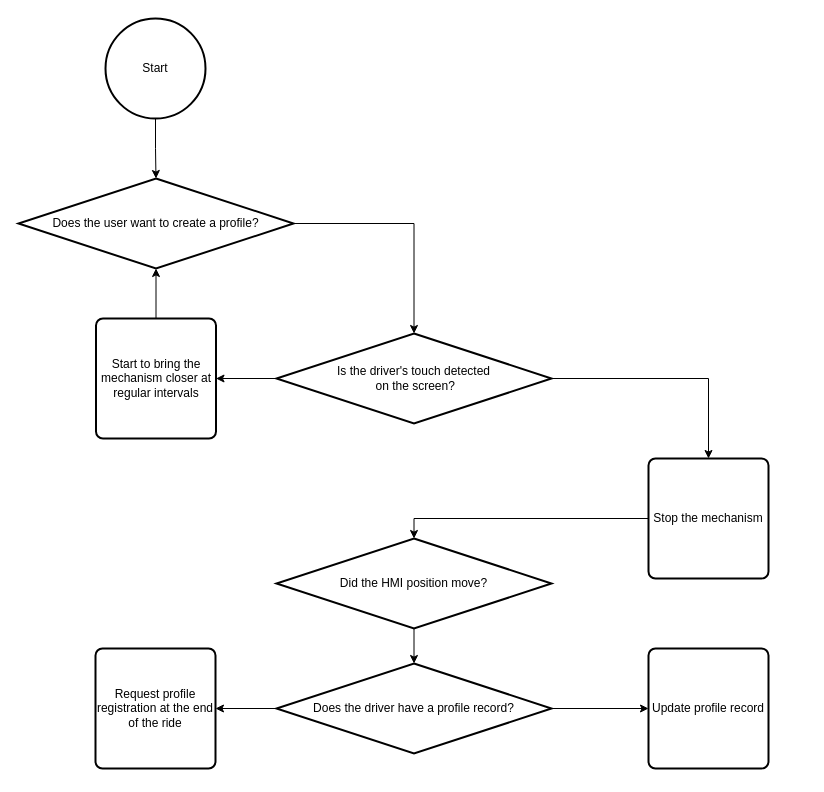
The draw.io diagram page "Control While Driving" (3 of 3) of Adjustable Multimedia Screen with Image Processing.drawio in BugraGulmez/Draw.io, before the edit. Source tidied: cells renumbered, new cells numbered last; positions are measured from the earlier drawing's top-left corner, leaving out a move shared by most shapes. Both pictures are drawn from the tidied source at 100%, with x=0, y=0 at pixel (18, 18).
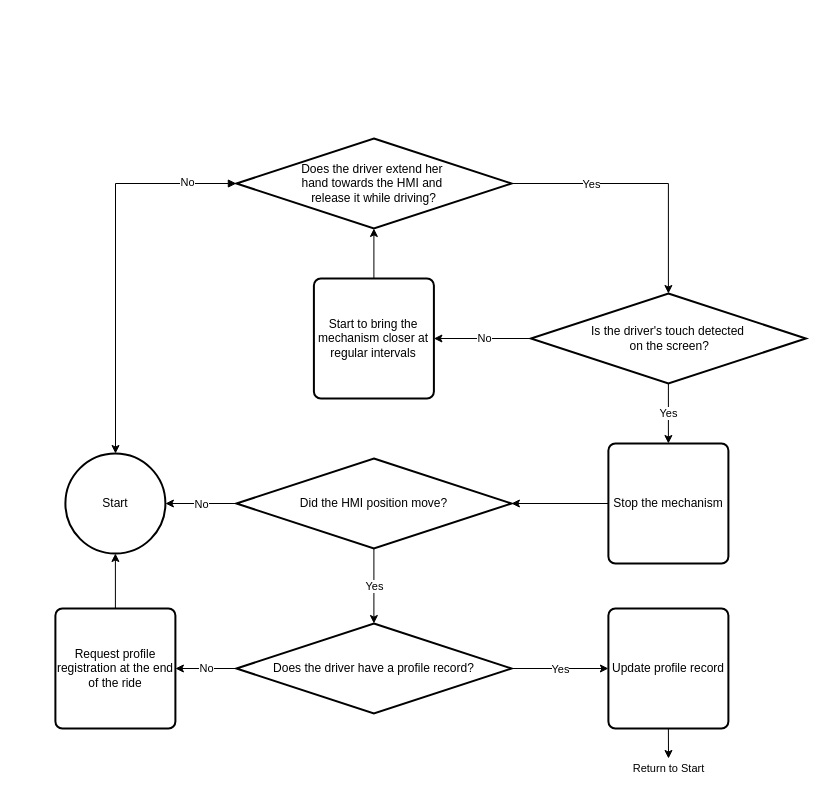
After the change.

Unchanged cells that the change refers to:
```xml
<mxCell id="5" style="edgeStyle=orthogonalEdgeStyle;shape=connector;rounded=0;hachureGap=4;jettySize=auto;html=1;exitX=0;exitY=0.5;exitDx=0;exitDy=0;exitPerimeter=0;entryX=1;entryY=0.5;entryDx=0;entryDy=0;strokeColor=default;align=center;verticalAlign=middle;fontFamily=Architects Daughter;fontSize=11;fontColor=default;labelBackgroundColor=default;endArrow=classic;" parent="1" edge="1" source="7" target="4">
  <mxGeometry relative="1" as="geometry" />
</mxCell>
<mxCell id="10" style="edgeStyle=orthogonalEdgeStyle;shape=connector;rounded=0;hachureGap=4;jettySize=auto;html=1;exitX=1;exitY=0.5;exitDx=0;exitDy=0;exitPerimeter=0;strokeColor=default;align=center;verticalAlign=middle;fontFamily=Architects Daughter;fontSize=11;fontColor=default;labelBackgroundColor=default;endArrow=classic;" parent="1" edge="1" source="12" target="14">
  <mxGeometry relative="1" as="geometry" />
</mxCell>
<mxCell id="11" style="edgeStyle=orthogonalEdgeStyle;shape=connector;rounded=0;hachureGap=4;jettySize=auto;html=1;exitX=0;exitY=0.5;exitDx=0;exitDy=0;exitPerimeter=0;entryX=1;entryY=0.5;entryDx=0;entryDy=0;strokeColor=default;align=center;verticalAlign=middle;fontFamily=Architects Daughter;fontSize=11;fontColor=default;labelBackgroundColor=default;endArrow=classic;" parent="1" edge="1" source="12" target="13">
  <mxGeometry relative="1" as="geometry" />
</mxCell>
<mxCell id="16" style="edgeStyle=orthogonalEdgeStyle;shape=connector;rounded=0;hachureGap=4;jettySize=auto;html=1;exitX=1;exitY=0.5;exitDx=0;exitDy=0;exitPerimeter=0;entryX=0.5;entryY=0;entryDx=0;entryDy=0;entryPerimeter=0;strokeColor=default;align=center;verticalAlign=middle;fontFamily=Architects Daughter;fontSize=11;fontColor=default;labelBackgroundColor=default;endArrow=classic;" parent="1" edge="1" source="3" target="7">
  <mxGeometry relative="1" as="geometry" />
</mxCell>
<mxCell id="19" style="edgeStyle=orthogonalEdgeStyle;shape=connector;rounded=0;hachureGap=4;jettySize=auto;html=1;exitX=0.5;exitY=1;exitDx=0;exitDy=0;exitPerimeter=0;entryX=0.5;entryY=0;entryDx=0;entryDy=0;entryPerimeter=0;strokeColor=default;align=center;verticalAlign=middle;fontFamily=Architects Daughter;fontSize=11;fontColor=default;labelBackgroundColor=default;endArrow=classic;" parent="1" edge="1" source="9" target="12">
  <mxGeometry relative="1" as="geometry" />
</mxCell>
```

What changed in the source:
```diff
@@
     <mxCell id="2" value="Start" style="strokeWidth=2;html=1;shape=mxgraph.flowchart.start_2;whiteSpace=wrap;" parent="1" vertex="1">
-      <mxGeometry x="87" width="100" height="100" as="geometry" />
+      <mxGeometry x="46.9" y="435" width="100" height="100" as="geometry" />
     </mxCell>
-    <mxCell id="3" value="Does the user want to create a profile?" style="strokeWidth=2;html=1;shape=mxgraph.flowchart.decision;whiteSpace=wrap;" parent="1" vertex="1">
-      <mxGeometry y="160" width="275" height="90" as="geometry" />
+    <mxCell id="3" value="Does the driver extend her&amp;nbsp;&lt;div&gt;hand towards the HMI and&amp;nbsp;&lt;/div&gt;&lt;div&gt;release it while driving?&lt;/div&gt;" style="strokeWidth=2;html=1;shape=mxgraph.flowchart.decision;whiteSpace=wrap;" parent="1" vertex="1">
+      <mxGeometry x="217.9" y="120" width="275" height="90" as="geometry" />
     </mxCell>
     <mxCell id="4" value="Start to bring the mechanism closer at regular intervals" style="rounded=1;whiteSpace=wrap;html=1;absoluteArcSize=1;arcSize=14;strokeWidth=2;" parent="1" vertex="1">
-      <mxGeometry x="77.5" y="300" width="120" height="120" as="geometry" />
+      <mxGeometry x="295.4" y="260" width="120" height="120" as="geometry" />
     </mxCell>
@@
+    <mxCell id="20" value="&lt;font face=&quot;Helvetica&quot;&gt;No&lt;/font&gt;" style="edgeLabel;html=1;align=center;verticalAlign=middle;sketch=1;hachureGap=4;jiggle=2;curveFitting=1;fontFamily=Architects Daughter;fontSize=11;fontColor=default;labelBackgroundColor=default;" parent="5" vertex="1">
+      <mxGeometry x="-0.03" y="-1" relative="1" as="geometry" />
+    </mxCell>
-    <mxCell id="6" style="edgeStyle=orthogonalEdgeStyle;shape=connector;rounded=0;hachureGap=4;jettySize=auto;html=1;exitX=1;exitY=0.5;exitDx=0;exitDy=0;exitPerimeter=0;strokeColor=default;align=center;verticalAlign=middle;fontFamily=Architects Daughter;fontSize=11;fontColor=default;labelBackgroundColor=default;endArrow=classic;" parent="1" edge="1" source="7" target="8">
+    <mxCell id="6" style="edgeStyle=orthogonalEdgeStyle;shape=connector;rounded=0;hachureGap=4;jettySize=auto;html=1;exitX=0.5;exitY=1;exitDx=0;exitDy=0;exitPerimeter=0;entryX=0.5;entryY=0;entryDx=0;entryDy=0;strokeColor=default;align=center;verticalAlign=middle;fontFamily=Architects Daughter;fontSize=11;fontColor=default;labelBackgroundColor=default;endArrow=classic;" parent="1" edge="1" source="7" target="8">
       <mxGeometry relative="1" as="geometry" />
     </mxCell>
+    <mxCell id="21" value="&lt;font face=&quot;Helvetica&quot;&gt;Yes&lt;/font&gt;" style="edgeLabel;html=1;align=center;verticalAlign=middle;sketch=1;hachureGap=4;jiggle=2;curveFitting=1;fontFamily=Architects Daughter;fontSize=11;fontColor=default;labelBackgroundColor=default;" parent="6" vertex="1">
+      <mxGeometry x="-0.02" relative="1" as="geometry" />
+    </mxCell>
     <mxCell id="7" value="Is the driver's touch detected&lt;br&gt;&amp;nbsp;on the screen?" style="strokeWidth=2;html=1;shape=mxgraph.flowchart.decision;whiteSpace=wrap;" parent="1" vertex="1">
-      <mxGeometry x="258" y="315" width="275" height="90" as="geometry" />
+      <mxGeometry x="512.4" y="275" width="275" height="90" as="geometry" />
     </mxCell>
     <mxCell id="8" value="Stop the mechanism" style="rounded=1;whiteSpace=wrap;html=1;absoluteArcSize=1;arcSize=14;strokeWidth=2;" parent="1" vertex="1">
-      <mxGeometry x="630" y="440" width="120" height="120" as="geometry" />
+      <mxGeometry x="589.9" y="425" width="120" height="120" as="geometry" />
     </mxCell>
     <mxCell id="9" value="&lt;span style=&quot;font-size: 12px;&quot;&gt;Did the HMI position move?&lt;/span&gt;" style="strokeWidth=2;html=1;shape=mxgraph.flowchart.decision;whiteSpace=wrap;" parent="1" vertex="1">
-      <mxGeometry x="258" y="520" width="275" height="90" as="geometry" />
+      <mxGeometry x="217.9" y="440" width="275" height="90" as="geometry" />
     </mxCell>
@@
+    <mxCell id="22" value="&lt;font face=&quot;Helvetica&quot;&gt;Yes&lt;/font&gt;" style="edgeLabel;html=1;align=center;verticalAlign=middle;sketch=1;hachureGap=4;jiggle=2;curveFitting=1;fontFamily=Architects Daughter;fontSize=11;fontColor=default;labelBackgroundColor=default;" parent="10" vertex="1">
+      <mxGeometry relative="1" as="geometry" />
+    </mxCell>
@@
+    <mxCell id="23" value="&lt;font face=&quot;Helvetica&quot;&gt;No&lt;/font&gt;" style="edgeLabel;html=1;align=center;verticalAlign=middle;sketch=1;hachureGap=4;jiggle=2;curveFitting=1;fontFamily=Architects Daughter;fontSize=11;fontColor=default;labelBackgroundColor=default;" parent="11" vertex="1">
+      <mxGeometry x="-0.02" y="-1" relative="1" as="geometry" />
+    </mxCell>
     <mxCell id="12" value="&lt;span style=&quot;font-size: 12px;&quot;&gt;Does the driver have a profile record?&lt;/span&gt;" style="strokeWidth=2;html=1;shape=mxgraph.flowchart.decision;whiteSpace=wrap;" parent="1" vertex="1">
-      <mxGeometry x="258" y="645" width="275" height="90" as="geometry" />
+      <mxGeometry x="217.9" y="605" width="275" height="90" as="geometry" />
     </mxCell>
+    <mxCell id="24" style="edgeStyle=orthogonalEdgeStyle;shape=connector;rounded=0;hachureGap=4;jettySize=auto;html=1;exitX=0.5;exitY=0;exitDx=0;exitDy=0;strokeColor=default;align=center;verticalAlign=middle;fontFamily=Architects Daughter;fontSize=11;fontColor=default;labelBackgroundColor=default;endArrow=classic;" parent="1" edge="1" source="13" target="2">
+      <mxGeometry relative="1" as="geometry" />
+    </mxCell>
     <mxCell id="13" value="Request profile registration at the end of the ride" style="rounded=1;whiteSpace=wrap;html=1;absoluteArcSize=1;arcSize=14;strokeWidth=2;" parent="1" vertex="1">
-      <mxGeometry x="77" y="630" width="120" height="120" as="geometry" />
+      <mxGeometry x="36.9" y="590" width="120" height="120" as="geometry" />
     </mxCell>
+    <mxCell id="25" style="edgeStyle=orthogonalEdgeStyle;shape=connector;rounded=0;hachureGap=4;jettySize=auto;html=1;exitX=0.5;exitY=1;exitDx=0;exitDy=0;strokeColor=default;align=center;verticalAlign=middle;fontFamily=Architects Daughter;fontSize=11;fontColor=default;labelBackgroundColor=default;endArrow=classic;" parent="1" edge="1" source="14">
+      <mxGeometry relative="1" as="geometry">
+        <mxPoint x="650" y="740" as="targetPoint" />
+      </mxGeometry>
+    </mxCell>
+    <mxCell id="26" value="&lt;font face=&quot;Helvetica&quot;&gt;Return to Start&lt;/font&gt;" style="edgeLabel;html=1;align=center;verticalAlign=middle;sketch=1;hachureGap=4;jiggle=2;curveFitting=1;fontFamily=Architects Daughter;fontSize=11;fontColor=default;labelBackgroundColor=default;" parent="25" vertex="1">
+      <mxGeometry x="0.93" relative="1" as="geometry">
+        <mxPoint y="11" as="offset" />
+      </mxGeometry>
+    </mxCell>
     <mxCell id="14" value="Update profile record" style="rounded=1;whiteSpace=wrap;html=1;absoluteArcSize=1;arcSize=14;strokeWidth=2;" parent="1" vertex="1">
-      <mxGeometry x="630" y="630" width="120" height="120" as="geometry" />
+      <mxGeometry x="589.9" y="590" width="120" height="120" as="geometry" />
     </mxCell>
-    <mxCell id="15" style="edgeStyle=orthogonalEdgeStyle;shape=connector;rounded=0;hachureGap=4;jettySize=auto;html=1;exitX=0.5;exitY=1;exitDx=0;exitDy=0;exitPerimeter=0;entryX=0.5;entryY=0;entryDx=0;entryDy=0;entryPerimeter=0;strokeColor=default;align=center;verticalAlign=middle;fontFamily=Architects Daughter;fontSize=11;fontColor=default;labelBackgroundColor=default;endArrow=classic;flowAnimation=0;" parent="1" edge="1" source="2" target="3">
-      <mxGeometry relative="1" as="geometry" />
-    </mxCell>
@@
-    <mxCell id="17" style="edgeStyle=orthogonalEdgeStyle;shape=connector;rounded=0;hachureGap=4;jettySize=auto;html=1;exitX=0;exitY=0.5;exitDx=0;exitDy=0;entryX=0.5;entryY=0;entryDx=0;entryDy=0;entryPerimeter=0;strokeColor=default;align=center;verticalAlign=middle;fontFamily=Architects Daughter;fontSize=11;fontColor=default;labelBackgroundColor=default;endArrow=classic;" parent="1" edge="1" source="8" target="9">
-      <mxGeometry relative="1" as="geometry" />
-    </mxCell>
+    <mxCell id="27" value="&lt;font face=&quot;Helvetica&quot;&gt;Yes&lt;/font&gt;" style="edgeLabel;html=1;align=center;verticalAlign=middle;sketch=1;hachureGap=4;jiggle=2;curveFitting=1;fontFamily=Architects Daughter;fontSize=11;fontColor=default;labelBackgroundColor=default;" parent="16" vertex="1">
+      <mxGeometry x="-0.4" relative="1" as="geometry" />
+    </mxCell>
@@
+    <mxCell id="28" value="&lt;font face=&quot;Helvetica&quot;&gt;Yes&lt;/font&gt;" style="edgeLabel;html=1;align=center;verticalAlign=middle;sketch=1;hachureGap=4;jiggle=2;curveFitting=1;fontFamily=Architects Daughter;fontSize=11;fontColor=default;labelBackgroundColor=default;" parent="19" vertex="1">
+      <mxGeometry x="-0.01" relative="1" as="geometry" />
+    </mxCell>
+    <mxCell id="29" style="edgeStyle=orthogonalEdgeStyle;shape=connector;rounded=0;hachureGap=4;jettySize=auto;html=1;exitX=0;exitY=0.5;exitDx=0;exitDy=0;exitPerimeter=0;entryX=1;entryY=0.5;entryDx=0;entryDy=0;entryPerimeter=0;strokeColor=default;align=center;verticalAlign=middle;fontFamily=Architects Daughter;fontSize=11;fontColor=default;labelBackgroundColor=default;endArrow=classic;" parent="1" edge="1" source="9" target="2">
+      <mxGeometry relative="1" as="geometry" />
+    </mxCell>
+    <mxCell id="30" value="&lt;font face=&quot;Helvetica&quot;&gt;No&lt;/font&gt;" style="edgeLabel;html=1;align=center;verticalAlign=middle;sketch=1;hachureGap=4;jiggle=2;curveFitting=1;fontFamily=Architects Daughter;fontSize=11;fontColor=default;labelBackgroundColor=default;" parent="29" vertex="1">
+      <mxGeometry x="-0.01" relative="1" as="geometry" />
+    </mxCell>
+    <mxCell id="31" style="edgeStyle=orthogonalEdgeStyle;shape=connector;rounded=0;hachureGap=4;jettySize=auto;html=1;strokeColor=default;align=center;verticalAlign=middle;fontFamily=Architects Daughter;fontSize=11;fontColor=default;labelBackgroundColor=default;endArrow=classic;startArrow=block;startFill=1;exitX=0;exitY=0.5;exitDx=0;exitDy=0;exitPerimeter=0;" parent="1" edge="1" source="3" target="2">
+      <mxGeometry relative="1" as="geometry">
+        <Array as="points">
+          <mxPoint x="97" y="165" />
+        </Array>
+      </mxGeometry>
+    </mxCell>
+    <mxCell id="32" value="&lt;font face=&quot;Helvetica&quot;&gt;No&lt;/font&gt;" style="edgeLabel;html=1;align=center;verticalAlign=middle;sketch=1;hachureGap=4;jiggle=2;curveFitting=1;fontFamily=Architects Daughter;fontSize=11;fontColor=default;labelBackgroundColor=default;" parent="31" vertex="1">
+      <mxGeometry x="-0.75" y="-2" relative="1" as="geometry" />
+    </mxCell>
+    <mxCell id="17" style="edgeStyle=orthogonalEdgeStyle;shape=connector;rounded=0;hachureGap=4;jettySize=auto;html=1;exitX=0;exitY=0.5;exitDx=0;exitDy=0;entryX=1;entryY=0.5;entryDx=0;entryDy=0;entryPerimeter=0;strokeColor=default;align=center;verticalAlign=middle;fontFamily=Architects Daughter;fontSize=11;fontColor=default;labelBackgroundColor=default;endArrow=classic;" parent="1" edge="1" source="8" target="9">
+      <mxGeometry relative="1" as="geometry" />
+    </mxCell>
```
